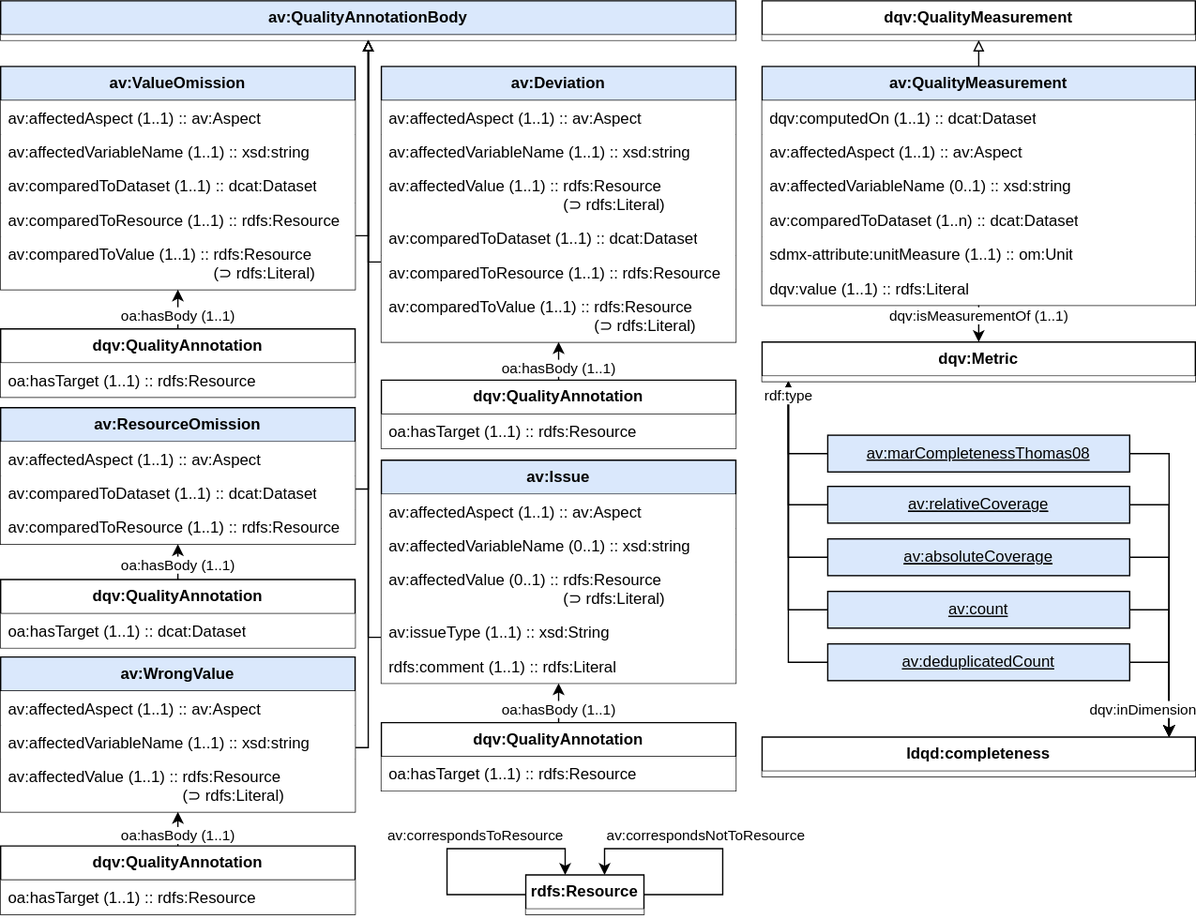
Before: abecto-vocabulary-results.drawio.svg, a diagram exported from draw.io (fusion-jena/abecto-vocabulary). Source tidied: cells renumbered, new cells last; positions are measured from the earlier drawing's top-left corner, leaving out a move shared by most shapes.
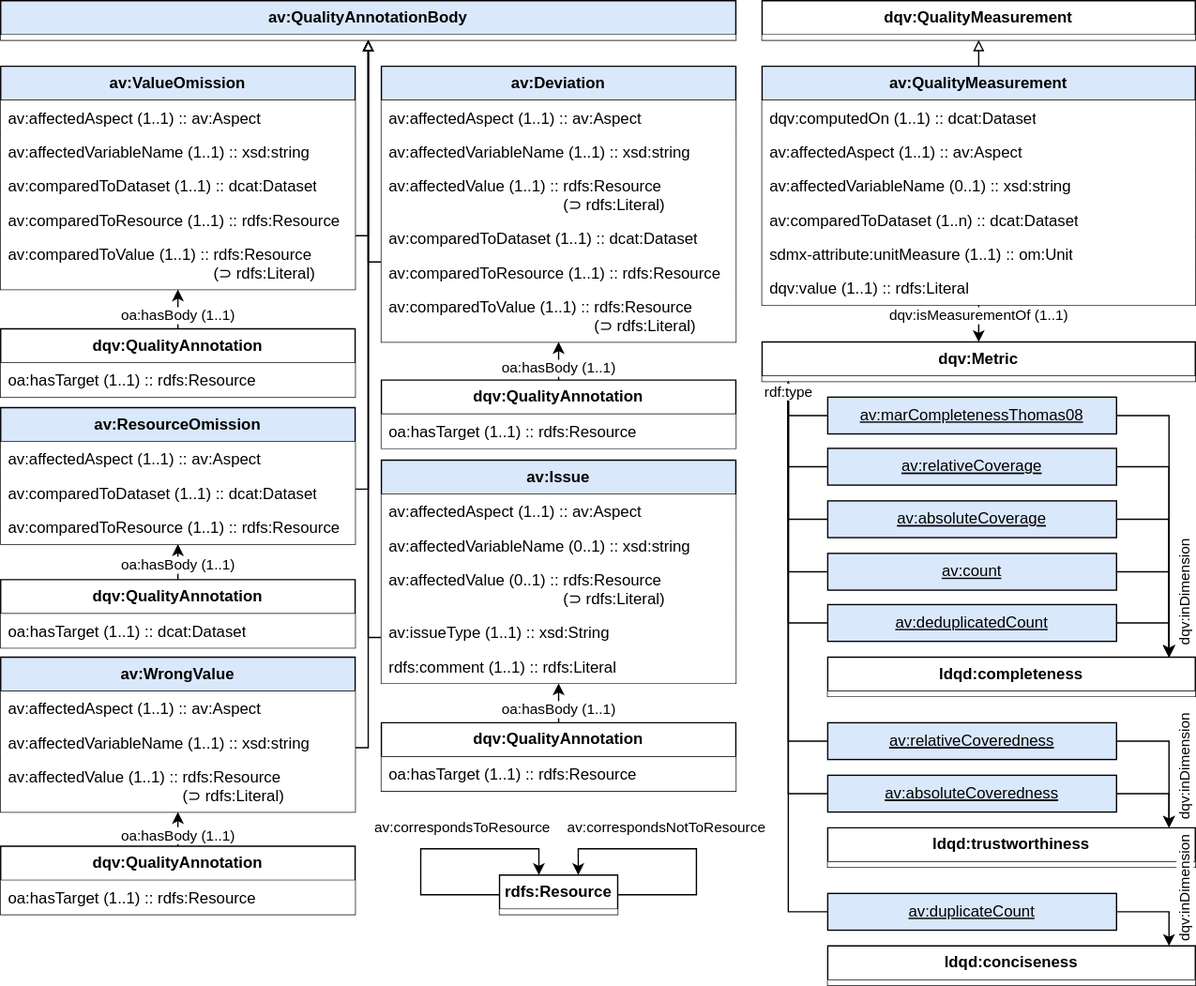
After the change.

Commit message:
add measures: duplicate count, relative coveredness, absolute coveredness

Diff of the diagram source:
```diff
@@ -211,119 +211,182 @@
     <mxCell id="64" style="edgeStyle=orthogonalEdgeStyle;rounded=0;jettySize=auto;html=1;" parent="1" edge="1" source="79" target="62">
       <mxGeometry relative="1" as="geometry">
         <Array as="points">
-          <mxPoint x="600" y="504" />
+          <mxPoint x="600" y="604" />
         </Array>
       </mxGeometry>
     </mxCell>
     <mxCell id="65" style="edgeStyle=orthogonalEdgeStyle;rounded=0;jettySize=auto;html=1;" parent="1" edge="1" source="80" target="62">
       <mxGeometry relative="1" as="geometry">
         <Array as="points">
-          <mxPoint x="600" y="464" />
+          <mxPoint x="600" y="564" />
         </Array>
       </mxGeometry>
     </mxCell>
     <mxCell id="66" style="edgeStyle=orthogonalEdgeStyle;rounded=0;jettySize=auto;html=1;" parent="1" edge="1" source="81" target="62">
       <mxGeometry relative="1" as="geometry">
         <Array as="points">
-          <mxPoint x="600" y="424" />
+          <mxPoint x="600" y="395" />
         </Array>
       </mxGeometry>
     </mxCell>
     <mxCell id="67" style="edgeStyle=orthogonalEdgeStyle;rounded=0;jettySize=auto;html=1;" parent="1" edge="1" source="78" target="62">
       <mxGeometry relative="1" as="geometry">
         <Array as="points">
-          <mxPoint x="600" y="345" />
+          <mxPoint x="600" y="316" />
         </Array>
       </mxGeometry>
     </mxCell>
     <mxCell id="68" value="&lt;b&gt;ldqd:completeness&lt;/b&gt;" style="swimlane;fontStyle=0;horizontal=1;startSize=26;whiteSpace=wrap;html=1;" parent="1" vertex="1">
-      <mxGeometry x="580" y="561" width="330" height="30" as="geometry" />
+      <mxGeometry x="630" y="500" width="280" height="30" as="geometry" />
     </mxCell>
     <mxCell id="69" style="text;align=left;verticalAlign=top;spacingLeft=4;spacingRight=4;overflow=hidden;whiteSpace=wrap;html=1;fillColor=default;" parent="68" vertex="1">
-      <mxGeometry y="26" width="330" height="4" as="geometry" />
+      <mxGeometry y="26" width="280" height="4" as="geometry" />
     </mxCell>
     <mxCell id="70" style="edgeStyle=orthogonalEdgeStyle;rounded=0;jettySize=auto;html=1;labelBackgroundColor=#FFFFFF;" parent="1" edge="1" source="81" target="68">
       <mxGeometry x="0.83" y="-20" relative="1" as="geometry">
         <Array as="points">
-          <mxPoint x="890" y="424" />
+          <mxPoint x="890" y="395" />
         </Array>
       </mxGeometry>
     </mxCell>
-    <mxCell id="71" style="edgeStyle=orthogonalEdgeStyle;rounded=0;jettySize=auto;html=1;labelBackgroundColor=#FFFFFF;" parent="1" edge="1" source="80" target="68">
-      <mxGeometry x="0.83" y="-20" relative="1" as="geometry">
-        <Array as="points">
-          <mxPoint x="890" y="464" />
-        </Array>
-      </mxGeometry>
-    </mxCell>
     <mxCell id="72" style="edgeStyle=orthogonalEdgeStyle;rounded=0;jettySize=auto;html=1;labelBackgroundColor=#FFFFFF;" parent="1" edge="1" source="82" target="68">
       <mxGeometry x="0.83" y="-20" relative="1" as="geometry">
         <Array as="points">
-          <mxPoint x="890" y="384" />
+          <mxPoint x="890" y="355" />
         </Array>
       </mxGeometry>
     </mxCell>
-    <mxCell id="73" style="edgeStyle=orthogonalEdgeStyle;rounded=0;jettySize=auto;html=1;labelBackgroundColor=#FFFFFF;" parent="1" edge="1" source="79" target="68">
+    <mxCell id="73" style="rounded=0;jettySize=auto;html=1;labelBackgroundColor=#FFFFFF;edgeStyle=orthogonalEdgeStyle;" parent="1" edge="1" source="79" target="93">
       <mxGeometry x="0.83" y="-20" relative="1" as="geometry">
         <Array as="points">
-          <mxPoint x="890" y="504" />
+          <mxPoint x="890" y="604" />
         </Array>
       </mxGeometry>
     </mxCell>
-    <mxCell id="74" value="av:correspondsToResource" style="rounded=0;orthogonalLoop=1;jettySize=auto;html=1;startArrow=none;startFill=0;labelPosition=left;verticalLabelPosition=middle;align=right;verticalAlign=middle;edgeStyle=orthogonalEdgeStyle;" parent="1" edge="1" source="76" target="76">
-      <mxGeometry x="0.8" y="-10" relative="1" as="geometry">
+    <mxCell id="74" value="av:correspondsToResource" style="rounded=0;orthogonalLoop=1;jettySize=auto;html=1;startArrow=none;startFill=0;labelPosition=left;verticalLabelPosition=middle;align=right;verticalAlign=middle;edgeStyle=orthogonalEdgeStyle;fontSize=11;strokeWidth=1;" parent="1" edge="1" source="76" target="76">
+      <mxGeometry x="0.81" y="19" relative="1" as="geometry">
         <Array as="points">
-          <mxPoint x="340" y="681" />
-          <mxPoint x="340" y="646" />
-          <mxPoint x="430" y="646" />
+          <mxPoint x="320" y="681" />
+          <mxPoint x="320" y="646" />
+          <mxPoint x="410" y="646" />
         </Array>
-        <mxPoint x="10" y="-10" as="offset" />
+        <mxPoint x="-9" y="-16" as="offset" />
       </mxGeometry>
     </mxCell>
-    <mxCell id="75" value="av:correspondsNotToResource" style="rounded=0;orthogonalLoop=1;jettySize=auto;html=1;startArrow=none;startFill=0;labelPosition=right;verticalLabelPosition=middle;align=left;verticalAlign=middle;edgeStyle=orthogonalEdgeStyle;" parent="1" edge="1" source="76" target="76">
-      <mxGeometry x="0.8" y="-10" relative="1" as="geometry">
+    <mxCell id="75" value="av:correspondsNotToResource" style="rounded=0;orthogonalLoop=1;jettySize=auto;html=1;startArrow=none;startFill=0;labelPosition=right;verticalLabelPosition=middle;align=left;verticalAlign=middle;edgeStyle=orthogonalEdgeStyle;fontSize=11;strokeWidth=1;" parent="1" edge="1" source="76" target="76">
+      <mxGeometry x="0.81" y="-19" relative="1" as="geometry">
         <Array as="points">
-          <mxPoint x="550" y="681" />
-          <mxPoint x="550" y="646" />
-          <mxPoint x="460" y="646" />
+          <mxPoint x="530" y="681" />
+          <mxPoint x="530" y="646" />
+          <mxPoint x="440" y="646" />
         </Array>
-        <mxPoint x="10" y="-10" as="offset" />
+        <mxPoint x="9" y="-16" as="offset" />
       </mxGeometry>
     </mxCell>
     <mxCell id="76" value="&lt;b&gt;rdfs:Resource&lt;/b&gt;" style="swimlane;fontStyle=0;horizontal=1;startSize=26;whiteSpace=wrap;html=1;" parent="1" vertex="1">
-      <mxGeometry x="400" y="666" width="90" height="30" as="geometry" />
+      <mxGeometry x="380" y="666" width="90" height="30" as="geometry" />
     </mxCell>
     <mxCell id="77" style="text;align=left;verticalAlign=top;spacingLeft=4;spacingRight=4;overflow=hidden;whiteSpace=wrap;html=1;fillColor=default;" parent="76" vertex="1">
       <mxGeometry y="26" width="90" height="4" as="geometry" />
     </mxCell>
     <mxCell id="78" value="&lt;span&gt;av:marCompletenessThomas08&lt;/span&gt;" style="rounded=0;whiteSpace=wrap;html=1;fillColor=#dae8fc;strokeColor=#000000;fontStyle=4;" parent="1" vertex="1">
-      <mxGeometry x="630" y="331" width="230" height="28" as="geometry" />
+      <mxGeometry x="630" y="302" width="220" height="28" as="geometry" />
     </mxCell>
-    <mxCell id="79" value="av:deduplicatedCount" style="rounded=0;whiteSpace=wrap;html=1;fillColor=#dae8fc;strokeColor=#000000;fontStyle=4;" parent="1" vertex="1">
-      <mxGeometry x="630" y="490" width="230" height="28" as="geometry" />
+    <mxCell id="79" value="&lt;u&gt;av:absoluteCoveredness&lt;/u&gt;" style="rounded=0;whiteSpace=wrap;html=1;fillColor=#dae8fc;strokeColor=#000000;fontStyle=4;" parent="1" vertex="1">
+      <mxGeometry x="630" y="590" width="220" height="28" as="geometry" />
     </mxCell>
-    <mxCell id="80" value="av:count" style="rounded=0;whiteSpace=wrap;html=1;fillColor=#dae8fc;strokeColor=#000000;fontStyle=4;" parent="1" vertex="1">
-      <mxGeometry x="630" y="450" width="230" height="28" as="geometry" />
+    <mxCell id="80" value="&lt;u&gt;av:relativeCoveredness&lt;br&gt;&lt;/u&gt;" style="rounded=0;whiteSpace=wrap;html=1;fillColor=#dae8fc;strokeColor=#000000;fontStyle=4;" parent="1" vertex="1">
+      <mxGeometry x="630" y="550" width="220" height="28" as="geometry" />
     </mxCell>
     <mxCell id="81" value="&lt;u&gt;av:absoluteCoverage&lt;/u&gt;" style="rounded=0;whiteSpace=wrap;html=1;fillColor=#dae8fc;strokeColor=#000000;fontStyle=4;" parent="1" vertex="1">
-      <mxGeometry x="630" y="410" width="230" height="28" as="geometry" />
+      <mxGeometry x="630" y="381" width="220" height="28" as="geometry" />
     </mxCell>
     <mxCell id="82" value="&lt;u&gt;av:relativeCoverage&lt;br&gt;&lt;/u&gt;" style="rounded=0;whiteSpace=wrap;html=1;fillColor=#dae8fc;strokeColor=#000000;fontStyle=4;" parent="1" vertex="1">
-      <mxGeometry x="630" y="370" width="230" height="28" as="geometry" />
+      <mxGeometry x="630" y="341" width="220" height="28" as="geometry" />
     </mxCell>
+    <mxCell id="85" value="av:duplicateCount" style="rounded=0;whiteSpace=wrap;html=1;fillColor=#dae8fc;strokeColor=#000000;fontStyle=4;" parent="1" vertex="1">
+      <mxGeometry x="630" y="680" width="220" height="28" as="geometry" />
+    </mxCell>
+    <mxCell id="86" value="av:deduplicatedCount" style="rounded=0;whiteSpace=wrap;html=1;fillColor=#dae8fc;strokeColor=#000000;fontStyle=4;" parent="1" vertex="1">
+      <mxGeometry x="630" y="460" width="220" height="28" as="geometry" />
+    </mxCell>
+    <mxCell id="87" value="av:count" style="rounded=0;whiteSpace=wrap;html=1;fillColor=#dae8fc;strokeColor=#000000;fontStyle=4;" parent="1" vertex="1">
+      <mxGeometry x="630" y="421" width="220" height="28" as="geometry" />
+    </mxCell>
+    <mxCell id="88" style="edgeStyle=orthogonalEdgeStyle;rounded=0;jettySize=auto;html=1;" parent="1" edge="1" source="86" target="62">
+      <mxGeometry relative="1" as="geometry">
+        <Array as="points">
+          <mxPoint x="600" y="474" />
+        </Array>
+      </mxGeometry>
+    </mxCell>
+    <mxCell id="89" style="edgeStyle=orthogonalEdgeStyle;rounded=0;jettySize=auto;html=1;" parent="1" edge="1" source="87" target="62">
+      <mxGeometry relative="1" as="geometry">
+        <Array as="points">
+          <mxPoint x="600" y="435" />
+        </Array>
+      </mxGeometry>
+    </mxCell>
+    <mxCell id="90" style="edgeStyle=orthogonalEdgeStyle;rounded=0;jettySize=auto;html=1;" parent="1" edge="1" source="85" target="62">
+      <mxGeometry relative="1" as="geometry">
+        <Array as="points">
+          <mxPoint x="600" y="694" />
+        </Array>
+      </mxGeometry>
+    </mxCell>
+    <mxCell id="91" style="edgeStyle=orthogonalEdgeStyle;rounded=0;jettySize=auto;html=1;labelBackgroundColor=#FFFFFF;" parent="1" edge="1" source="87" target="68">
+      <mxGeometry x="0.83" y="-20" relative="1" as="geometry">
+        <Array as="points">
+          <mxPoint x="890" y="435" />
+        </Array>
+      </mxGeometry>
+    </mxCell>
+    <mxCell id="92" style="edgeStyle=orthogonalEdgeStyle;rounded=0;jettySize=auto;html=1;labelBackgroundColor=#FFFFFF;" parent="1" edge="1" source="86" target="68">
+      <mxGeometry x="0.83" y="-20" relative="1" as="geometry">
+        <Array as="points">
+          <mxPoint x="890" y="474" />
+        </Array>
+      </mxGeometry>
+    </mxCell>
+    <mxCell id="84" value="dqv:inDimension" style="edgeStyle=orthogonalEdgeStyle;rounded=0;jettySize=auto;html=1;labelBackgroundColor=#FFFFFF;align=left;verticalAlign=middle;horizontal=0;" parent="1" edge="1" source="78" target="68">
+      <mxGeometry x="0.92" y="10" relative="1" as="geometry">
+        <Array as="points">
+          <mxPoint x="890" y="316" />
+        </Array>
+      </mxGeometry>
+    </mxCell>
     <mxCell id="83" value="rdf:type" style="edgeStyle=orthogonalEdgeStyle;rounded=0;jettySize=auto;html=1;labelBackgroundColor=#FFFFFF;" parent="1" edge="1" source="82" target="62">
       <mxGeometry x="0.82" relative="1" as="geometry">
         <Array as="points">
-          <mxPoint x="600" y="384" />
+          <mxPoint x="600" y="355" />
         </Array>
       </mxGeometry>
     </mxCell>
-    <mxCell id="84" value="dqv:inDimension" style="edgeStyle=orthogonalEdgeStyle;rounded=0;jettySize=auto;html=1;labelBackgroundColor=#FFFFFF;" parent="1" edge="1" source="78" target="68">
-      <mxGeometry x="0.83" y="-20" relative="1" as="geometry">
-        <Array as="points">
-          <mxPoint x="890" y="345" />
-        </Array>
-      </mxGeometry>
-    </mxCell>
+    <mxCell id="93" value="&lt;b&gt;ldqd:trustworthiness&lt;/b&gt;" style="swimlane;fontStyle=0;horizontal=1;startSize=26;whiteSpace=wrap;html=1;" parent="1" vertex="1">
+      <mxGeometry x="630" y="630" width="280" height="30" as="geometry" />
+    </mxCell>
+    <mxCell id="94" style="text;align=left;verticalAlign=top;spacingLeft=4;spacingRight=4;overflow=hidden;whiteSpace=wrap;html=1;fillColor=default;" parent="93" vertex="1">
+      <mxGeometry y="26" width="280" height="4" as="geometry" />
+    </mxCell>
+    <mxCell id="95" value="dqv:inDimension" style="edgeStyle=orthogonalEdgeStyle;rounded=0;jettySize=auto;html=1;labelBackgroundColor=#FFFFFF;fontSize=11;align=left;horizontal=0;" parent="1" edge="1" source="80" target="93">
+      <mxGeometry x="0.89" y="10" relative="1" as="geometry">
+        <Array as="points">
+          <mxPoint x="890" y="564" />
+        </Array>
+      </mxGeometry>
+    </mxCell>
+    <mxCell id="96" value="&lt;b&gt;ldqd:conciseness&lt;/b&gt;" style="swimlane;fontStyle=0;horizontal=1;startSize=26;whiteSpace=wrap;html=1;" parent="1" vertex="1">
+      <mxGeometry x="630" y="720" width="280" height="30" as="geometry" />
+    </mxCell>
+    <mxCell id="97" style="text;align=left;verticalAlign=top;spacingLeft=4;spacingRight=4;overflow=hidden;whiteSpace=wrap;html=1;fillColor=default;" parent="96" vertex="1">
+      <mxGeometry y="26" width="280" height="4" as="geometry" />
+    </mxCell>
+    <mxCell id="98" value="dqv:inDimension" style="edgeStyle=orthogonalEdgeStyle;rounded=0;jettySize=auto;html=1;labelBackgroundColor=#FFFFFF;fontSize=11;align=left;horizontal=0;" parent="1" edge="1" source="85" target="96">
+      <mxGeometry x="0.89" y="10" relative="1" as="geometry">
+        <Array as="points">
+          <mxPoint x="890" y="694" />
+        </Array>
+      </mxGeometry>
+    </mxCell>
   </root>
 </mxGraphModel>
```
